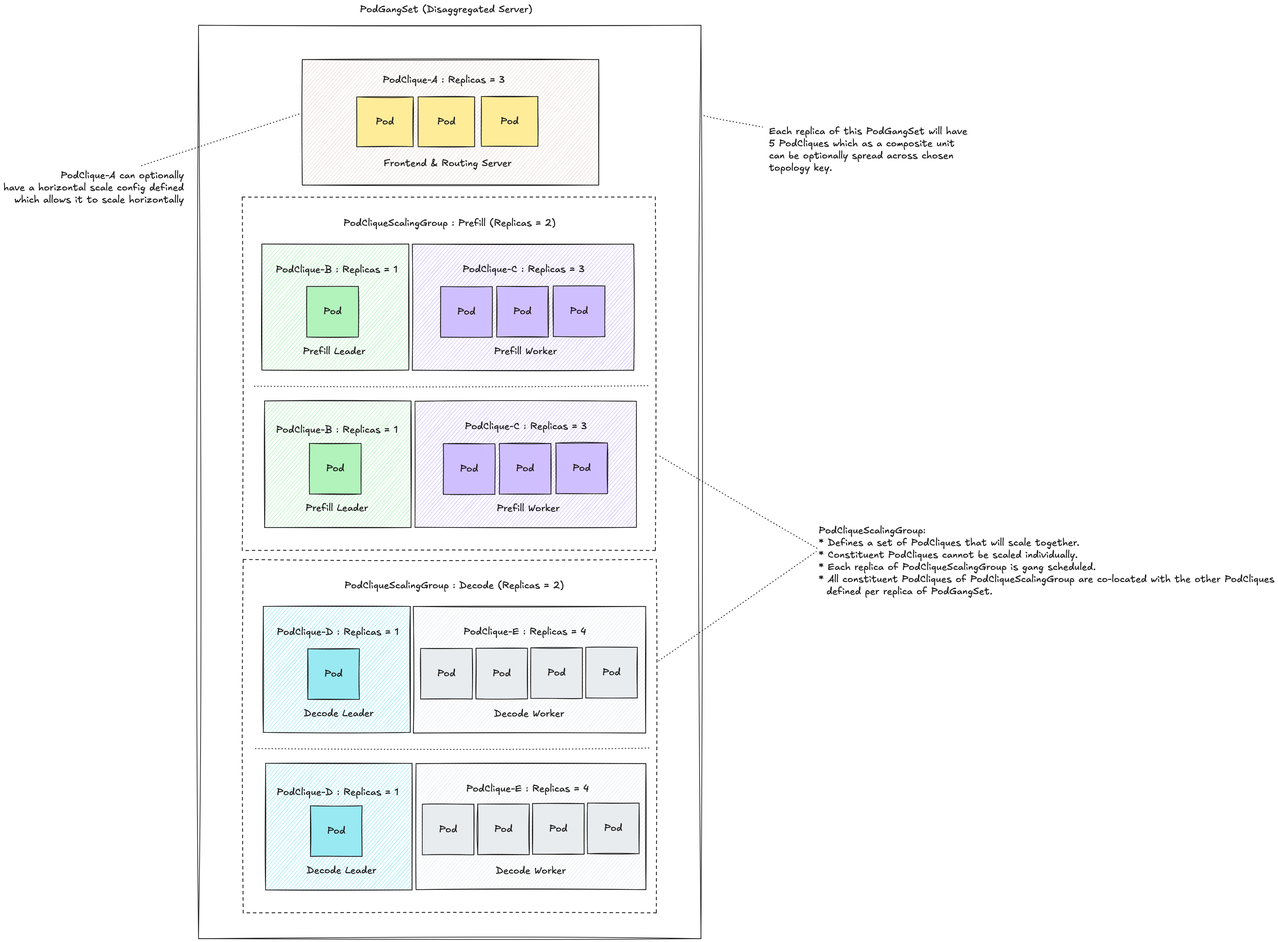
This is docs/assets/multinode-disaggregated.excalidraw.png from renormalize/grove, a Excalidraw export, as it was before one commit. Source tidied: one line per element, renumbered; positions are measured from the earlier drawing's top-left corner, leaving out a move shared by most shapes.
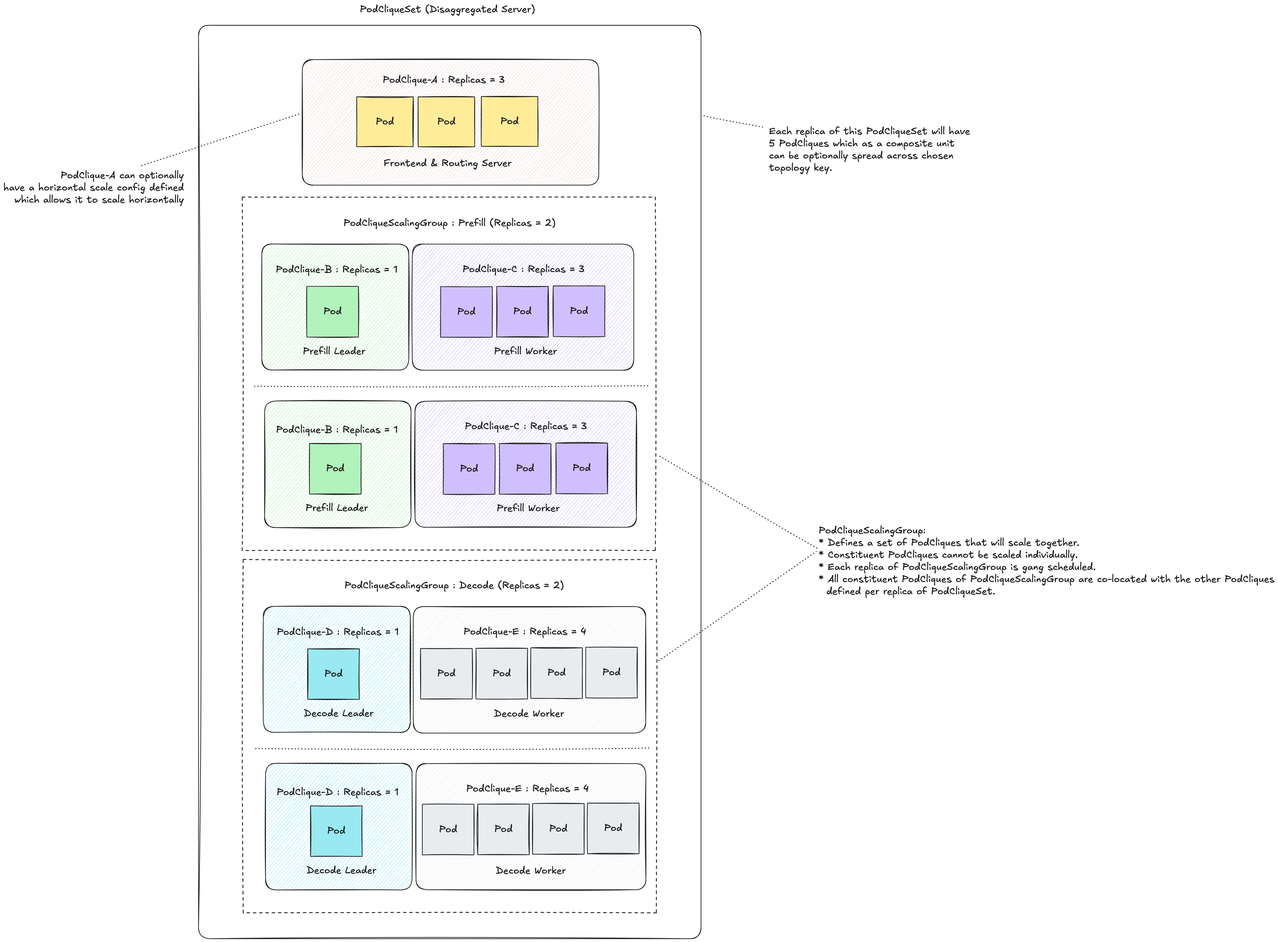
Above is the later version.

Diff of the diagram source:
```diff
@@ -1,4 +1,4 @@
-{"id": 0, "type": "rectangle", "strokeColor": "#1e1e1e", "backgroundColor": "#eaddd7", "fillStyle": "hachure", "strokeWidth": 2, "roughness": 1, "x": 860, "y": 161, "width": 853, "height": 361}
+{"id": 0, "type": "rectangle", "strokeColor": "#1e1e1e", "backgroundColor": "#eaddd7", "fillStyle": "hachure", "strokeWidth": 2, "roughness": 1, "round": true, "x": 860, "y": 161, "width": 853, "height": 361}
 {"id": 1, "type": "rectangle", "strokeColor": "#1e1e1e", "backgroundColor": "#ffec99", "fillStyle": "solid", "strokeWidth": 2, "roughness": 1, "x": 1016, "y": 269, "width": 163, "height": 143}
 {"id": 2, "type": "text", "text": "Pod", "strokeColor": "#1e1e1e", "strokeWidth": 2, "roughness": 1, "fontSize": 28, "fontFamily": 5, "textAlign": "center", "verticalAlign": "middle", "inside": 1, "x": 1071, "y": 323, "width": 52, "height": 35}
 {"id": 3, "type": "rectangle", "strokeColor": "#1e1e1e", "backgroundColor": "#ffec99", "fillStyle": "solid", "strokeWidth": 2, "roughness": 1, "x": 1193, "y": 269, "width": 163, "height": 143}
@@ -7,17 +7,17 @@
 {"id": 6, "type": "text", "text": "Pod", "strokeColor": "#1e1e1e", "strokeWidth": 2, "roughness": 1, "fontSize": 28, "fontFamily": 5, "textAlign": "center", "verticalAlign": "middle", "inside": 5, "x": 1430, "y": 322, "width": 52, "height": 35}
 {"id": 7, "type": "text", "text": "Frontend & Routing Server", "strokeColor": "#1e1e1e", "backgroundColor": "#eaddd7", "fillStyle": "hachure", "strokeWidth": 2, "strokeStyle": "dotted", "roughness": 1, "fontSize": 28, "fontFamily": 5, "x": 1094, "y": 443, "width": 368, "height": 35}
 {"id": 8, "type": "text", "text": "PodClique-A : Replicas = 3", "strokeColor": "#1e1e1e", "backgroundColor": "#eaddd7", "fillStyle": "hachure", "strokeWidth": 2, "strokeStyle": "dotted", "roughness": 1, "fontSize": 28, "fontFamily": 5, "x": 1091, "y": 203, "width": 352, "height": 35}
-{"id": 9, "type": "rectangle", "strokeColor": "#1e1e1e", "backgroundColor": "#b2f2bb", "fillStyle": "hachure", "strokeWidth": 2, "roughness": 1, "x": 743, "y": 692, "width": 423, "height": 363}
+{"id": 9, "type": "rectangle", "strokeColor": "#1e1e1e", "backgroundColor": "#b2f2bb", "fillStyle": "hachure", "strokeWidth": 2, "roughness": 1, "round": true, "x": 743, "y": 692, "width": 423, "height": 363}
 {"id": 10, "type": "rectangle", "strokeColor": "#1e1e1e", "backgroundColor": "#b2f2bb", "fillStyle": "solid", "strokeWidth": 2, "roughness": 1, "x": 873, "y": 814, "width": 149, "height": 146}
 {"id": 11, "type": "text", "text": "Pod", "strokeColor": "#1e1e1e", "strokeWidth": 2, "roughness": 1, "fontSize": 28, "fontFamily": 5, "textAlign": "center", "verticalAlign": "middle", "inside": 10, "x": 921, "y": 870, "width": 52, "height": 35}
 {"id": 12, "type": "text", "text": "PodClique-B : Replicas = 1", "strokeColor": "#1e1e1e", "backgroundColor": "#eaddd7", "fillStyle": "hachure", "strokeWidth": 2, "strokeStyle": "dotted", "roughness": 1, "fontSize": 28, "fontFamily": 5, "x": 784, "y": 750, "width": 350, "height": 35}
 {"id": 13, "type": "text", "text": "Prefill Leader", "strokeColor": "#1e1e1e", "backgroundColor": "#eaddd7", "fillStyle": "hachure", "strokeWidth": 2, "strokeStyle": "dotted", "roughness": 1, "fontSize": 28, "fontFamily": 5, "x": 861, "y": 984, "width": 180, "height": 35}
-{"id": 14, "type": "rectangle", "strokeColor": "#1e1e1e", "backgroundColor": "#b2f2bb", "fillStyle": "hachure", "strokeWidth": 2, "roughness": 1, "x": 751, "y": 1144, "width": 421, "height": 364}
+{"id": 14, "type": "rectangle", "strokeColor": "#1e1e1e", "backgroundColor": "#b2f2bb", "fillStyle": "hachure", "strokeWidth": 2, "roughness": 1, "round": true, "x": 751, "y": 1144, "width": 421, "height": 364}
 {"id": 15, "type": "rectangle", "strokeColor": "#1e1e1e", "backgroundColor": "#b2f2bb", "fillStyle": "solid", "strokeWidth": 2, "roughness": 1, "x": 880, "y": 1266, "width": 149, "height": 146}
 {"id": 16, "type": "text", "text": "Pod", "strokeColor": "#1e1e1e", "strokeWidth": 2, "roughness": 1, "fontSize": 28, "fontFamily": 5, "textAlign": "center", "verticalAlign": "middle", "inside": 15, "x": 929, "y": 1321, "width": 52, "height": 35}
 {"id": 17, "type": "text", "text": "PodClique-B : Replicas = 1", "strokeColor": "#1e1e1e", "backgroundColor": "#eaddd7", "fillStyle": "hachure", "strokeWidth": 2, "strokeStyle": "dotted", "roughness": 1, "fontSize": 28, "fontFamily": 5, "x": 784, "y": 1210, "width": 350, "height": 35}
 {"id": 18, "type": "text", "text": "Prefill Leader", "strokeColor": "#1e1e1e", "backgroundColor": "#eaddd7", "fillStyle": "hachure", "strokeWidth": 2, "strokeStyle": "dotted", "roughness": 1, "fontSize": 28, "fontFamily": 5, "x": 869, "y": 1436, "width": 180, "height": 35}
-{"id": 19, "type": "rectangle", "strokeColor": "#1e1e1e", "backgroundColor": "#d0bfff", "fillStyle": "hachure", "strokeWidth": 2, "roughness": 1, "x": 1176, "y": 693, "width": 637, "height": 363}
+{"id": 19, "type": "rectangle", "strokeColor": "#1e1e1e", "backgroundColor": "#d0bfff", "fillStyle": "hachure", "strokeWidth": 2, "roughness": 1, "round": true, "x": 1176, "y": 693, "width": 637, "height": 363}
 {"id": 20, "type": "rectangle", "strokeColor": "#1e1e1e", "backgroundColor": "#d0bfff", "fillStyle": "solid", "strokeWidth": 2, "roughness": 1, "x": 1258, "y": 815, "width": 149, "height": 146}
 {"id": 21, "type": "text", "text": "Pod", "strokeColor": "#1e1e1e", "strokeWidth": 2, "roughness": 1, "fontSize": 28, "fontFamily": 5, "textAlign": "center", "verticalAlign": "middle", "inside": 20, "x": 1306, "y": 870, "width": 52, "height": 35}
 {"id": 22, "type": "text", "text": "PodClique-C : Replicas = 3", "strokeColor": "#1e1e1e", "backgroundColor": "#eaddd7", "fillStyle": "hachure", "strokeWidth": 2, "strokeStyle": "dotted", "roughness": 1, "fontSize": 28, "fontFamily": 5, "x": 1321, "y": 749, "width": 352, "height": 35}
@@ -26,7 +26,7 @@
 {"id": 25, "type": "text", "text": "Pod", "strokeColor": "#1e1e1e", "strokeWidth": 2, "roughness": 1, "fontSize": 28, "fontFamily": 5, "textAlign": "center", "verticalAlign": "middle", "inside": 24, "x": 1467, "y": 870, "width": 52, "height": 35}
 {"id": 26, "type": "rectangle", "strokeColor": "#1e1e1e", "backgroundColor": "#d0bfff", "fillStyle": "solid", "strokeWidth": 2, "roughness": 1, "x": 1582, "y": 813, "width": 149, "height": 146}
 {"id": 27, "type": "text", "text": "Pod", "strokeColor": "#1e1e1e", "strokeWidth": 2, "roughness": 1, "fontSize": 28, "fontFamily": 5, "textAlign": "center", "verticalAlign": "middle", "inside": 26, "x": 1630, "y": 868, "width": 52, "height": 35}
-{"id": 28, "type": "rectangle", "strokeColor": "#1e1e1e", "backgroundColor": "#d0bfff", "fillStyle": "hachure", "strokeWidth": 2, "roughness": 1, "x": 1184, "y": 1145, "width": 637, "height": 363}
+{"id": 28, "type": "rectangle", "strokeColor": "#1e1e1e", "backgroundColor": "#d0bfff", "fillStyle": "hachure", "strokeWidth": 2, "roughness": 1, "round": true, "x": 1184, "y": 1145, "width": 637, "height": 363}
 {"id": 29, "type": "rectangle", "strokeColor": "#1e1e1e", "backgroundColor": "#d0bfff", "fillStyle": "solid", "strokeWidth": 2, "roughness": 1, "x": 1265, "y": 1267, "width": 149, "height": 146}
 {"id": 30, "type": "text", "text": "Pod", "strokeColor": "#1e1e1e", "strokeWidth": 2, "roughness": 1, "fontSize": 28, "fontFamily": 5, "textAlign": "center", "verticalAlign": "middle", "inside": 29, "x": 1313, "y": 1322, "width": 52, "height": 35}
 {"id": 31, "type": "text", "text": "PodClique-C : Replicas = 3", "strokeColor": "#1e1e1e", "backgroundColor": "#eaddd7", "fillStyle": "hachure", "strokeWidth": 2, "strokeStyle": "dotted", "roughness": 1, "fontSize": 28, "fontFamily": 5, "x": 1328, "y": 1201, "width": 352, "height": 35}
@@ -38,17 +38,17 @@
 {"id": 37, "type": "rectangle", "strokeColor": "#1e1e1e", "strokeWidth": 2, "strokeStyle": "dashed", "roughness": 1, "x": 687, "y": 557, "width": 1189, "height": 1017}
 {"id": 38, "type": "text", "text": "PodCliqueScalingGroup : Prefill (Replicas = 2)", "strokeColor": "#1e1e1e", "strokeWidth": 2, "strokeStyle": "dashed", "roughness": 1, "fontSize": 28, "fontFamily": 5, "x": 978, "y": 616, "width": 610, "height": 35}
 {"id": 39, "type": "line", "strokeColor": "#1e1e1e", "strokeWidth": 2, "strokeStyle": "dotted", "roughness": 1, "x": 722, "y": 1101, "width": 1134, "height": 1, "points": [[0, 0], [1134, -1]]}
-{"id": 40, "type": "rectangle", "strokeColor": "#1e1e1e", "backgroundColor": "#99e9f2", "fillStyle": "hachure", "strokeWidth": 2, "roughness": 1, "x": 748, "y": 1735, "width": 423, "height": 363}
+{"id": 40, "type": "rectangle", "strokeColor": "#1e1e1e", "backgroundColor": "#99e9f2", "fillStyle": "hachure", "strokeWidth": 2, "roughness": 1, "round": true, "x": 748, "y": 1735, "width": 423, "height": 363}
 {"id": 41, "type": "rectangle", "strokeColor": "#1e1e1e", "backgroundColor": "#99e9f2", "fillStyle": "solid", "strokeWidth": 2, "roughness": 1, "x": 875, "y": 1857, "width": 149, "height": 146}
 {"id": 42, "type": "text", "text": "Pod", "strokeColor": "#1e1e1e", "strokeWidth": 2, "roughness": 1, "fontSize": 28, "fontFamily": 5, "textAlign": "center", "verticalAlign": "middle", "inside": 41, "x": 924, "y": 1912, "width": 52, "height": 35}
 {"id": 43, "type": "text", "text": "PodClique-D : Replicas = 1", "strokeColor": "#1e1e1e", "backgroundColor": "#eaddd7", "fillStyle": "hachure", "strokeWidth": 2, "strokeStyle": "dotted", "roughness": 1, "fontSize": 28, "fontFamily": 5, "x": 786, "y": 1792, "width": 351, "height": 35}
 {"id": 44, "type": "text", "text": "Decode Leader", "strokeColor": "#1e1e1e", "backgroundColor": "#eaddd7", "fillStyle": "hachure", "strokeWidth": 2, "strokeStyle": "dotted", "roughness": 1, "fontSize": 28, "fontFamily": 5, "x": 864, "y": 2027, "width": 201, "height": 35}
-{"id": 45, "type": "rectangle", "strokeColor": "#1e1e1e", "backgroundColor": "#99e9f2", "fillStyle": "hachure", "strokeWidth": 2, "roughness": 1, "x": 754, "y": 2187, "width": 421, "height": 364}
+{"id": 45, "type": "rectangle", "strokeColor": "#1e1e1e", "backgroundColor": "#99e9f2", "fillStyle": "hachure", "strokeWidth": 2, "roughness": 1, "round": true, "x": 754, "y": 2187, "width": 421, "height": 364}
 {"id": 46, "type": "rectangle", "strokeColor": "#1e1e1e", "backgroundColor": "#99e9f2", "fillStyle": "solid", "strokeWidth": 2, "roughness": 1, "x": 883, "y": 2309, "width": 149, "height": 146}
 {"id": 47, "type": "text", "text": "Pod", "strokeColor": "#1e1e1e", "strokeWidth": 2, "roughness": 1, "fontSize": 28, "fontFamily": 5, "textAlign": "center", "verticalAlign": "middle", "inside": 46, "x": 931, "y": 2364, "width": 52, "height": 35}
 {"id": 48, "type": "text", "text": "PodClique-D : Replicas = 1", "strokeColor": "#1e1e1e", "backgroundColor": "#eaddd7", "fillStyle": "hachure", "strokeWidth": 2, "strokeStyle": "dotted", "roughness": 1, "fontSize": 28, "fontFamily": 5, "x": 786, "y": 2253, "width": 351, "height": 35}
 {"id": 49, "type": "text", "text": "Decode Leader", "strokeColor": "#1e1e1e", "backgroundColor": "#eaddd7", "fillStyle": "hachure", "strokeWidth": 2, "strokeStyle": "dotted", "roughness": 1, "fontSize": 28, "fontFamily": 5, "x": 872, "y": 2479, "width": 201, "height": 35}
-{"id": 50, "type": "rectangle", "strokeColor": "#1e1e1e", "backgroundColor": "#e9ecef", "fillStyle": "hachure", "strokeWidth": 2, "roughness": 1, "x": 1179, "y": 1735, "width": 669, "height": 364}
+{"id": 50, "type": "rectangle", "strokeColor": "#1e1e1e", "backgroundColor": "#e9ecef", "fillStyle": "hachure", "strokeWidth": 2, "roughness": 1, "round": true, "x": 1179, "y": 1735, "width": 669, "height": 364}
 {"id": 51, "type": "rectangle", "strokeColor": "#1e1e1e", "backgroundColor": "#e9ecef", "fillStyle": "solid", "strokeWidth": 2, "roughness": 1, "x": 1200, "y": 1856, "width": 149, "height": 146}
 {"id": 52, "type": "text", "text": "Pod", "strokeColor": "#1e1e1e", "strokeWidth": 2, "roughness": 1, "fontSize": 28, "fontFamily": 5, "textAlign": "center", "verticalAlign": "middle", "inside": 51, "x": 1248, "y": 1911, "width": 52, "height": 35}
 {"id": 53, "type": "text", "text": "PodClique-E : Replicas = 4", "strokeColor": "#1e1e1e", "backgroundColor": "#eaddd7", "fillStyle": "hachure", "strokeWidth": 2, "strokeStyle": "dotted", "roughness": 1, "fontSize": 28, "fontFamily": 5, "x": 1324, "y": 1791, "width": 353, "height": 35}
@@ -57,7 +57,7 @@
 {"id": 56, "type": "text", "text": "Pod", "strokeColor": "#1e1e1e", "strokeWidth": 2, "roughness": 1, "fontSize": 28, "fontFamily": 5, "textAlign": "center", "verticalAlign": "middle", "inside": 55, "x": 1407, "y": 1911, "width": 52, "height": 35}
 {"id": 57, "type": "rectangle", "strokeColor": "#1e1e1e", "backgroundColor": "#e9ecef", "fillStyle": "solid", "strokeWidth": 2, "roughness": 1, "x": 1517, "y": 1854, "width": 149, "height": 146}
 {"id": 58, "type": "text", "text": "Pod", "strokeColor": "#1e1e1e", "strokeWidth": 2, "roughness": 1, "fontSize": 28, "fontFamily": 5, "textAlign": "center", "verticalAlign": "middle", "inside": 57, "x": 1565, "y": 1910, "width": 52, "height": 35}
-{"id": 59, "type": "rectangle", "strokeColor": "#1e1e1e", "backgroundColor": "#e9ecef", "fillStyle": "hachure", "strokeWidth": 2, "roughness": 1, "x": 1187, "y": 2188, "width": 661, "height": 363}
+{"id": 59, "type": "rectangle", "strokeColor": "#1e1e1e", "backgroundColor": "#e9ecef", "fillStyle": "hachure", "strokeWidth": 2, "roughness": 1, "round": true, "x": 1187, "y": 2188, "width": 661, "height": 363}
 {"id": 60, "type": "text", "text": "PodClique-E : Replicas = 4", "strokeColor": "#1e1e1e", "backgroundColor": "#eaddd7", "fillStyle": "hachure", "strokeWidth": 2, "strokeStyle": "dotted", "roughness": 1, "fontSize": 28, "fontFamily": 5, "x": 1331, "y": 2244, "width": 353, "height": 35}
 {"id": 61, "type": "text", "text": "Decode Worker", "strokeColor": "#1e1e1e", "backgroundColor": "#eaddd7", "fillStyle": "hachure", "strokeWidth": 2, "strokeStyle": "dotted", "roughness": 1, "fontSize": 28, "fontFamily": 5, "x": 1416, "y": 2479, "width": 202, "height": 35}
 {"id": 62, "type": "rectangle", "strokeColor": "#1e1e1e", "strokeWidth": 2, "strokeStyle": "dashed", "roughness": 1, "x": 690, "y": 1600, "width": 1189, "height": 1017}
@@ -73,12 +73,12 @@
 {"id": 72, "type": "text", "text": "Pod", "strokeColor": "#1e1e1e", "strokeWidth": 2, "roughness": 1, "fontSize": 28, "fontFamily": 5, "textAlign": "center", "verticalAlign": "middle", "inside": 71, "x": 1570, "y": 2358, "width": 52, "height": 35}
 {"id": 73, "type": "rectangle", "strokeColor": "#1e1e1e", "backgroundColor": "#e9ecef", "fillStyle": "solid", "strokeWidth": 2, "roughness": 1, "x": 1680, "y": 2301, "width": 149, "height": 146}
 {"id": 74, "type": "text", "text": "Pod", "strokeColor": "#1e1e1e", "strokeWidth": 2, "roughness": 1, "fontSize": 28, "fontFamily": 5, "textAlign": "center", "verticalAlign": "middle", "inside": 73, "x": 1728, "y": 2357, "width": 52, "height": 35}
-{"id": 75, "type": "rectangle", "strokeColor": "#1e1e1e", "strokeWidth": 2, "roughness": 1, "x": 561, "y": 63, "width": 1446, "height": 2629}
+{"id": 75, "type": "rectangle", "strokeColor": "#1e1e1e", "strokeWidth": 2, "roughness": 1, "round": true, "x": 561, "y": 63, "width": 1446, "height": 2629}
-{"id": 76, "type": "text", "text": "PodGangSet (Disaggregated Server)", "strokeColor": "#1e1e1e", "strokeWidth": 2, "roughness": 1, "fontSize": 28, "fontFamily": 5, "x": 1025, "y": 0, "width": 496, "height": 35}
+{"id": 76, "type": "text", "text": "PodCliqueSet (Disaggregated Server)", "strokeColor": "#1e1e1e", "strokeWidth": 2, "roughness": 1, "fontSize": 28, "fontFamily": 5, "x": 1025, "y": 0, "width": 504, "height": 35}
 {"id": 77, "type": "line", "strokeColor": "#1e1e1e", "strokeWidth": 2, "strokeStyle": "dotted", "roughness": 1, "x": 2015, "y": 323, "width": 169, "height": 33, "points": [[0, 0], [169, 33]]}
-{"id": 78, "type": "text", "text": "Each replica of this PodGangSet will have\n5 PodCliques which as a composite unit\ncan be optionally spread across chosen \ntopology key.", "strokeColor": "#1e1e1e", "strokeWidth": 2, "strokeStyle": "dotted", "roughness": 1, "fontSize": 28, "fontFamily": 5, "x": 2203, "y": 351, "width": 571, "height": 140}
+{"id": 78, "type": "text", "text": "Each replica of this PodCliqueSet will have\n5 PodCliques which as a composite unit\ncan be optionally spread across chosen \ntopology key.", "strokeColor": "#1e1e1e", "strokeWidth": 2, "strokeStyle": "dotted", "roughness": 1, "fontSize": 28, "fontFamily": 5, "x": 2203, "y": 351, "width": 579, "height": 140}
 {"id": 79, "type": "line", "strokeColor": "#1e1e1e", "strokeWidth": 2, "strokeStyle": "dotted", "roughness": 1, "x": 1888, "y": 1303, "width": 459, "height": 269, "points": [[0, 0], [459, 269]]}
 {"id": 80, "type": "line", "strokeColor": "#1e1e1e", "strokeWidth": 2, "strokeStyle": "dotted", "roughness": 1, "x": 1885, "y": 1891, "width": 453, "height": 314, "points": [[0, 0], [453, -314]]}
-{"id": 81, "type": "text", "text": "PodCliqueScalingGroup:\n* Defines a set of PodCliques that will scale together. \n* Constituent PodCliques cannot be scaled individually.\n* Each replica of PodCliqueScalingGroup is gang scheduled.\n* All constituent PodCliques of PodCliqueScalingGroup are co-located with the other PodCliques\n  defined per replica of PodGangSet.", "strokeColor": "#1e1e1e", "strokeWidth": 2, "strokeStyle": "dotted", "roughness": 1, "fontSize": 28, "fontFamily": 5, "x": 2345, "y": 1500, "width": 1312, "height": 210}
+{"id": 81, "type": "text", "text": "PodCliqueScalingGroup:\n* Defines a set of PodCliques that will scale together. \n* Constituent PodCliques cannot be scaled individually.\n* Each replica of PodCliqueScalingGroup is gang scheduled.\n* All constituent PodCliques of PodCliqueScalingGroup are co-located with the other PodCliques\n  defined per replica of PodCliqueSet.", "strokeColor": "#1e1e1e", "strokeWidth": 2, "strokeStyle": "dotted", "roughness": 1, "fontSize": 28, "fontFamily": 5, "x": 2345, "y": 1500, "width": 1312, "height": 210}
 {"id": 82, "type": "line", "strokeColor": "#1e1e1e", "strokeWidth": 2, "strokeStyle": "dotted", "roughness": 1, "x": 850, "y": 318, "width": 458, "height": 150, "points": [[0, 0], [-458, 150]]}
 {"id": 83, "type": "text", "text": "PodClique-A can optionally\nhave a horizontal scale config defined\nwhich allows it to scale horizontally", "strokeColor": "#1e1e1e", "strokeWidth": 2, "strokeStyle": "dotted", "roughness": 1, "fontSize": 28, "fontFamily": 5, "textAlign": "right", "x": 0, "y": 478, "width": 519, "height": 105}
```
